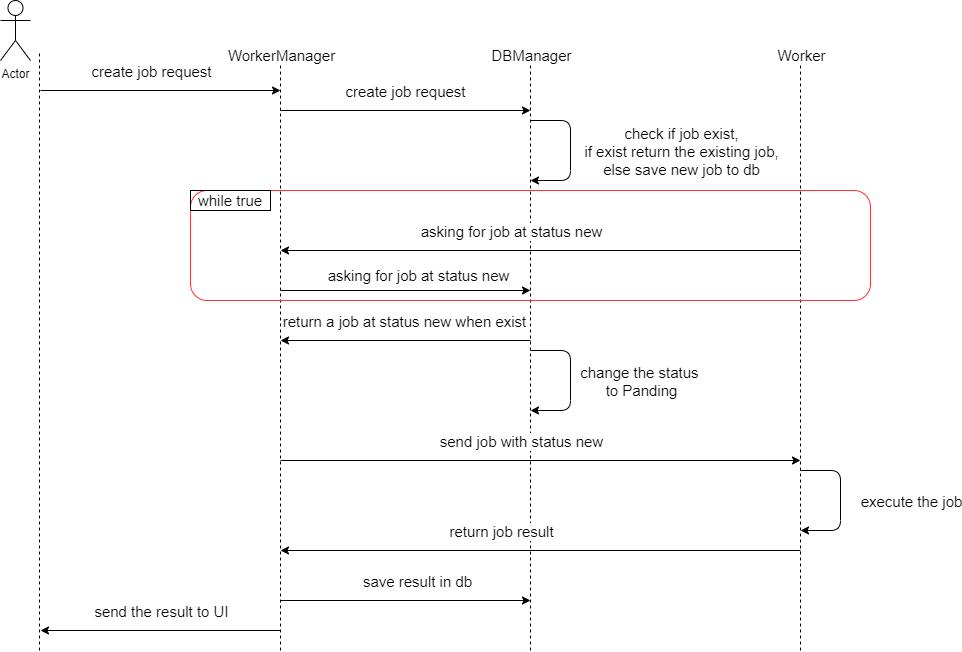
Before: Documentation/newJobFlow.png, a diagram exported from draw.io (PerachBD/WebCrawler). Source tidied: cells renumbered, new cells last; positions are measured from the earlier drawing's top-left corner, leaving out a move shared by most shapes.
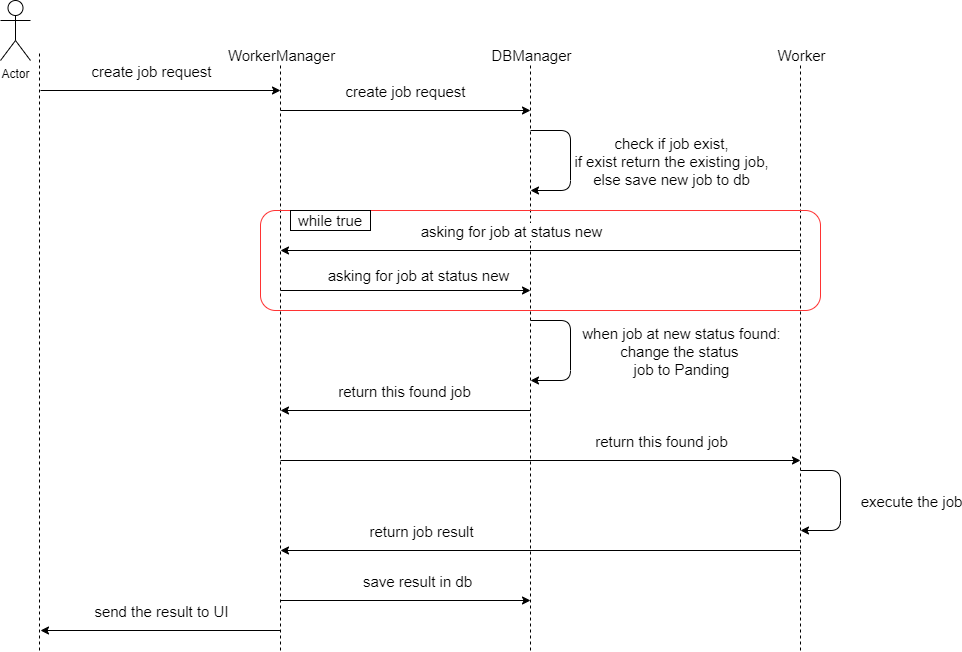
Above is the later version.

The edit, as a diff of the source:
```diff
@@ -57,17 +57,17 @@
     </mxCell>
     <mxCell id="12" style="endArrow=classic;html=1;fontSize=15;" parent="1" edge="1">
       <mxGeometry relative="1" as="geometry">
-        <mxPoint x="530" y="120" as="sourcePoint" />
-        <mxPoint x="530" y="180" as="targetPoint" />
+        <mxPoint x="530" y="130" as="sourcePoint" />
+        <mxPoint x="530" y="190" as="targetPoint" />
         <Array as="points">
-          <mxPoint x="570" y="120" />
-          <mxPoint x="570" y="180" />
+          <mxPoint x="570" y="130" />
+          <mxPoint x="570" y="190" />
         </Array>
       </mxGeometry>
     </mxCell>
     <mxCell id="13" value="check if job exist,&lt;br&gt;if exist return the existing job,&lt;br&gt;else save new job to db" style="edgeLabel;html=1;align=center;verticalAlign=middle;fontSize=15;" parent="12" vertex="1">
       <mxGeometry x="0.14" y="1" relative="1" as="geometry">
-        <mxPoint x="109" y="-10" as="offset" />
+        <mxPoint x="99" y="-10" as="offset" />
       </mxGeometry>
     </mxCell>
     <mxCell id="14" style="endArrow=none;dashed=1;html=1;" parent="1" edge="1">
@@ -87,24 +87,24 @@
         <mxPoint x="800" y="460" as="targetPoint" />
       </mxGeometry>
     </mxCell>
-    <mxCell id="17" value="send job with status new" style="edgeLabel;html=1;align=center;verticalAlign=middle;fontSize=15;" parent="16" vertex="1">
+    <mxCell id="17" value="return this found job" style="edgeLabel;html=1;align=center;verticalAlign=middle;fontSize=15;" parent="16" vertex="1">
       <mxGeometry x="0.26" y="-2" relative="1" as="geometry">
-        <mxPoint x="-88" y="-22" as="offset" />
+        <mxPoint x="52" y="-22" as="offset" />
       </mxGeometry>
     </mxCell>
     <mxCell id="18" style="endArrow=classic;html=1;fontSize=15;" parent="1" edge="1">
       <mxGeometry relative="1" as="geometry">
-        <mxPoint x="530" y="350" as="sourcePoint" />
-        <mxPoint x="530" y="410" as="targetPoint" />
+        <mxPoint x="530" y="320" as="sourcePoint" />
+        <mxPoint x="530" y="380" as="targetPoint" />
         <Array as="points">
-          <mxPoint x="570" y="350" />
-          <mxPoint x="570" y="410" />
+          <mxPoint x="570" y="320" />
+          <mxPoint x="570" y="380" />
         </Array>
       </mxGeometry>
     </mxCell>
-    <mxCell id="19" value="change the status &lt;br&gt;to Panding" style="edgeLabel;html=1;align=center;verticalAlign=middle;fontSize=15;" parent="18" vertex="1">
+    <mxCell id="19" value="when job at new status found:&lt;br&gt;change the status &lt;br&gt;job to Panding" style="edgeLabel;html=1;align=center;verticalAlign=middle;fontSize=15;" parent="18" vertex="1">
       <mxGeometry x="0.14" y="1" relative="1" as="geometry">
-        <mxPoint x="69" y="-10" as="offset" />
+        <mxPoint x="109" y="-10" as="offset" />
       </mxGeometry>
     </mxCell>
     <mxCell id="20" style="endArrow=classic;html=1;fontSize=15;" parent="1" edge="1">
@@ -115,7 +115,7 @@
     </mxCell>
     <mxCell id="21" value="return job result" style="edgeLabel;html=1;align=center;verticalAlign=middle;fontSize=15;" parent="20" vertex="1">
       <mxGeometry x="0.28" y="1" relative="1" as="geometry">
-        <mxPoint x="34" y="-21" as="offset" />
+        <mxPoint x="-46" y="-21" as="offset" />
       </mxGeometry>
     </mxCell>
     <mxCell id="22" style="endArrow=classic;html=1;fontSize=15;" parent="1" edge="1">
@@ -163,18 +163,18 @@
       </mxGeometry>
     </mxCell>
     <mxCell id="30" style="rounded=1;whiteSpace=wrap;html=1;fontSize=15;fillColor=none;strokeColor=#FF3333;" parent="1" vertex="1">
-      <mxGeometry x="190" y="190" width="680" height="110" as="geometry" />
+      <mxGeometry x="260" y="210" width="560" height="100" as="geometry" />
     </mxCell>
     <mxCell id="31" value="while true" style="text;html=1;fillColor=none;align=center;verticalAlign=middle;whiteSpace=wrap;rounded=0;fontSize=15;strokeColor=#000000;" parent="1" vertex="1">
-      <mxGeometry x="190" y="190" width="80" height="20" as="geometry" />
+      <mxGeometry x="290" y="210" width="80" height="20" as="geometry" />
     </mxCell>
     <mxCell id="32" style="endArrow=classic;html=1;fontSize=15;" parent="1" edge="1">
       <mxGeometry relative="1" as="geometry">
-        <mxPoint x="530" y="340" as="sourcePoint" />
-        <mxPoint x="280" y="340" as="targetPoint" />
+        <mxPoint x="530" y="410" as="sourcePoint" />
+        <mxPoint x="280" y="410" as="targetPoint" />
       </mxGeometry>
     </mxCell>
-    <mxCell id="33" value="return a job at status new when exist" style="edgeLabel;html=1;align=center;verticalAlign=middle;fontSize=15;" parent="32" vertex="1">
+    <mxCell id="33" value="return this found job" style="edgeLabel;html=1;align=center;verticalAlign=middle;fontSize=15;" parent="32" vertex="1">
       <mxGeometry x="0.26" y="-2" relative="1" as="geometry">
         <mxPoint x="31" y="-18" as="offset" />
       </mxGeometry>
```
